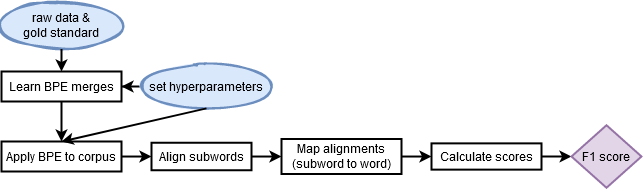
Above: doc/figures/pipeline.png in anebz/thesis (draw.io), before the change. Source tidied: cells renumbered, new cells last; positions are measured from the earlier drawing's top-left corner, leaving out a move shared by most shapes.
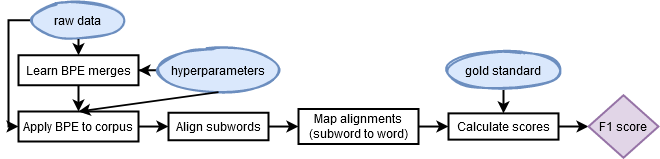
After the change.

What changed in the source:
```diff
@@ -3,10 +3,18 @@
     <mxCell id="0" />
     <mxCell id="1" parent="0" />
     <mxCell id="2" value="Learn BPE merges" style="whiteSpace=wrap;html=1;strokeWidth=2;" parent="1" vertex="1">
-      <mxGeometry y="70" width="120" height="30" as="geometry" />
+      <mxGeometry y="83.8" width="120" height="30" as="geometry" />
     </mxCell>
+    <mxCell id="18" style="edgeStyle=orthogonalEdgeStyle;rounded=0;jettySize=auto;html=1;entryX=0;entryY=0.5;entryDx=0;entryDy=0;strokeWidth=2;exitX=0;exitY=0.5;exitDx=0;exitDy=0;" parent="1" edge="1" source="3" target="8">
+      <mxGeometry relative="1" as="geometry">
+        <Array as="points">
+          <mxPoint x="-10" y="49" />
+          <mxPoint x="-10" y="155" />
+        </Array>
+      </mxGeometry>
+    </mxCell>
-    <mxCell id="3" value="&lt;div&gt;raw data &amp;amp;&lt;/div&gt;&lt;div&gt;gold standard&lt;br&gt;&lt;/div&gt;" style="ellipse;whiteSpace=wrap;html=1;shadow=0;strokeWidth=2;sketch=1;fillStyle=solid;fillColor=#dae8fc;strokeColor=#6c8ebf;" parent="1" vertex="1">
-      <mxGeometry width="120" height="47.5" as="geometry" />
+    <mxCell id="3" value="&lt;div&gt;raw data&lt;br&gt;&lt;/div&gt;" style="ellipse;whiteSpace=wrap;html=1;shadow=0;strokeWidth=2;sketch=1;fillStyle=solid;fillColor=#dae8fc;strokeColor=#6c8ebf;" parent="1" vertex="1">
+      <mxGeometry x="15" y="30" width="90" height="37.5" as="geometry" />
     </mxCell>
     <mxCell id="4" style="endArrow=classic;html=1;exitX=0.5;exitY=1;exitDx=0;exitDy=0;entryX=0.5;entryY=0;entryDx=0;entryDy=0;strokeWidth=2;" parent="1" edge="1" source="3" target="2">
       <mxGeometry relative="1" as="geometry" />
@@ -14,8 +22,8 @@
     <mxCell id="5" style="edgeStyle=orthogonalEdgeStyle;rounded=0;jettySize=auto;html=1;strokeWidth=2;" parent="1" edge="1" source="6" target="2">
       <mxGeometry relative="1" as="geometry" />
     </mxCell>
-    <mxCell id="6" value="&lt;div&gt;set hyperparameters&lt;/div&gt;" style="ellipse;whiteSpace=wrap;html=1;shadow=0;strokeWidth=2;sketch=1;fillStyle=solid;fillColor=#dae8fc;strokeColor=#6c8ebf;" parent="1" vertex="1">
-      <mxGeometry x="140" y="63.1" width="130" height="43.8" as="geometry" />
+    <mxCell id="6" value="&lt;div&gt;hyperparameters&lt;/div&gt;" style="ellipse;whiteSpace=wrap;html=1;shadow=0;strokeWidth=2;sketch=1;fillStyle=solid;fillColor=#dae8fc;strokeColor=#6c8ebf;" parent="1" vertex="1">
+      <mxGeometry x="140" y="76.9" width="120" height="43.8" as="geometry" />
     </mxCell>
     <mxCell id="7" style="edgeStyle=orthogonalEdgeStyle;jettySize=auto;html=1;strokeWidth=2;" parent="1" edge="1" source="8" target="12">
       <mxGeometry relative="1" as="geometry" />
@@ -50,5 +58,11 @@
     <mxCell id="17" value="F1 score" style="rhombus;whiteSpace=wrap;html=1;strokeWidth=2;fillColor=#e1d5e7;strokeColor=#9673a6;" parent="1" vertex="1">
       <mxGeometry x="570" y="123.8" width="70" height="62.5" as="geometry" />
     </mxCell>
+    <mxCell id="19" style="edgeStyle=orthogonalEdgeStyle;rounded=0;jettySize=auto;html=1;strokeWidth=2;entryX=0.5;entryY=0;entryDx=0;entryDy=0;" parent="1" edge="1" source="20" target="16">
+      <mxGeometry relative="1" as="geometry" />
+    </mxCell>
+    <mxCell id="20" value="&lt;div&gt;gold standard&lt;br&gt;&lt;/div&gt;" style="ellipse;whiteSpace=wrap;html=1;shadow=0;strokeWidth=2;sketch=1;fillStyle=solid;fillColor=#dae8fc;strokeColor=#6c8ebf;" parent="1" vertex="1">
+      <mxGeometry x="425" y="80" width="120" height="37.5" as="geometry" />
+    </mxCell>
   </root>
 </mxGraphModel>
```
